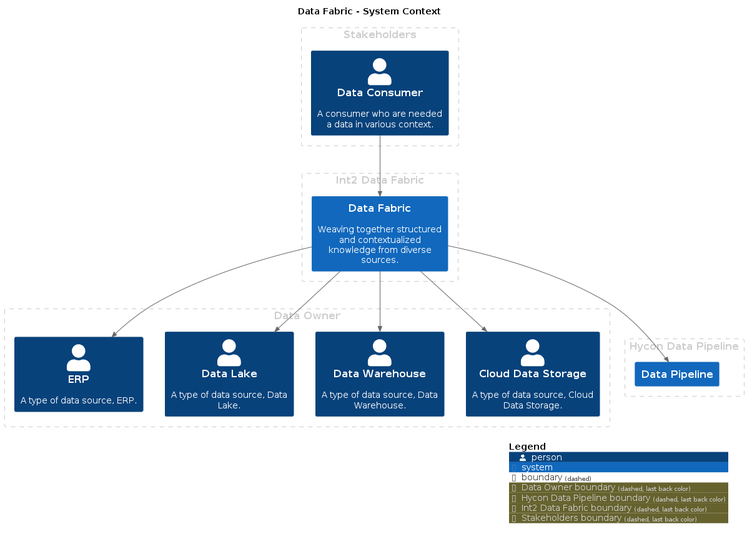
Earlier version of the PlantUML export master/png/SystemContext.png (IntellectusCorp/data-fabric-docs).
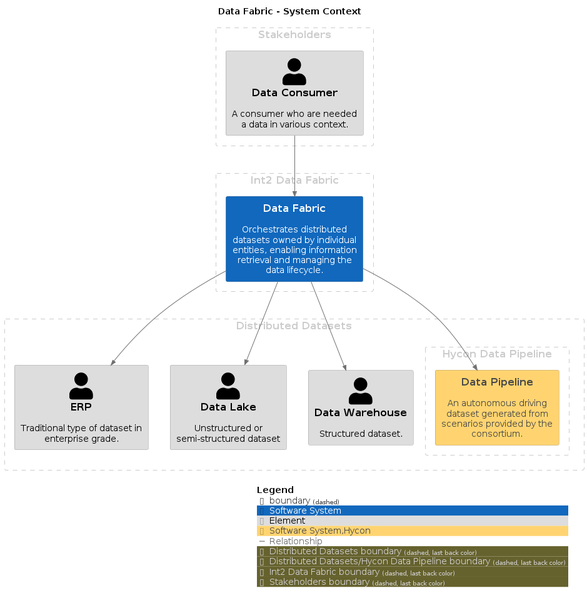
The same diagram one commit later.

Diff of the diagram source:
```diff
@@ -7,36 +7,40 @@
 !include <C4/C4>
 !include <C4/C4_Context>
 
-AddBoundaryTag("Data Owner", $borderColor="#cccccc", $fontColor="#cccccc")
-Boundary(group_1, "Data Owner", $tags="Data Owner") {
-  Person(ERP, "ERP", $descr="A type of data source, ERP.", $tags="", $link="")
-  Person(DataLake, "Data Lake", $descr="A type of data source, Data Lake.", $tags="", $link="")
-  Person(DataWarehouse, "Data Warehouse", $descr="A type of data source, Data Warehouse.", $tags="", $link="")
-  Person(CloudDataStorage, "Cloud Data Storage", $descr="A type of data source, Cloud Data Storage.", $tags="", $link="")
-}
+AddElementTag("Software System", $bgColor="#1168bd", $borderColor="#0b4884", $fontColor="#ffffff", $sprite="", $shadowing="")
+AddElementTag("Element", $bgColor="#dddddd", $borderColor="#9a9a9a", $fontColor="#000000", $sprite="", $shadowing="")
+AddElementTag("Software System,Hycon", $bgColor="#ffd470", $borderColor="#b2944e", $fontColor="#4a4a4a", $sprite="", $shadowing="")
 
-AddBoundaryTag("Hycon Data Pipeline", $borderColor="#cccccc", $fontColor="#cccccc")
-Boundary(group_2, "Hycon Data Pipeline", $tags="Hycon Data Pipeline") {
-  System(DataPipeline, "Data Pipeline", $descr="", $tags="", $link="")
+AddRelTag("Relationship", $textColor="#707070", $lineColor="#707070", $lineStyle = "")
+
+AddBoundaryTag("Distributed Datasets", $borderColor="#cccccc", $fontColor="#cccccc")
+Boundary(group_1, "Distributed Datasets", $tags="Distributed Datasets") {
+  Person(ERP, "ERP", $descr="Traditional type of dataset in enterprise grade.", $tags="Element", $link="")
+  Person(DataLake, "Data Lake", $descr="Unstructured or semi-structured dataset", $tags="Element", $link="")
+  Person(DataWarehouse, "Data Warehouse", $descr="Structured dataset.", $tags="Element", $link="")
+    AddBoundaryTag("Distributed Datasets/Hycon Data Pipeline", $borderColor="#cccccc", $fontColor="#cccccc")
+    Boundary(group_2, "Hycon Data Pipeline", $tags="Distributed Datasets/Hycon Data Pipeline") {
+      System(DataPipeline, "Data Pipeline", $descr="An autonomous driving dataset generated from scenarios provided by the consortium.", $tags="Software System,Hycon", $link="")
+    }
+
 }
 
 AddBoundaryTag("Int2 Data Fabric", $borderColor="#cccccc", $fontColor="#cccccc")
 Boundary(group_3, "Int2 Data Fabric", $tags="Int2 Data Fabric") {
-  System(DataFabric, "Data Fabric", $descr="Weaving together structured and contextualized knowledge from diverse sources.", $tags="", $link="")
+  System(DataFabric, "Data Fabric", $descr="Orchestrates distributed datasets owned by individual entities, enabling information retrieval and managing the data lifecycle.", $tags="Software System", $link="")
 }
 
 AddBoundaryTag("Stakeholders", $borderColor="#cccccc", $fontColor="#cccccc")
 Boundary(group_4, "Stakeholders", $tags="Stakeholders") {
-  Person(DataConsumer, "Data Consumer", $descr="A consumer who are needed a data in various context.", $tags="", $link="")
+  Person(DataConsumer, "Data Consumer", $descr="A consumer who are needed a data in various context.", $tags="Element", $link="")
 }
 
 
-Rel_D(DataFabric, DataPipeline, "", $techn="", $tags="", $link="")
-Rel_D(DataConsumer, DataFabric, "", $techn="", $tags="", $link="")
-Rel_D(DataFabric, ERP, "", $techn="", $tags="", $link="")
-Rel_D(DataFabric, DataLake, "", $techn="", $tags="", $link="")
-Rel_D(DataFabric, DataWarehouse, "", $techn="", $tags="", $link="")
-Rel_D(DataFabric, CloudDataStorage, "", $techn="", $tags="", $link="")
+Rel_D(DataFabric, DataPipeline, "", $techn="", $tags="Relationship", $link="")
+Rel_D(DataConsumer, DataFabric, "", $techn="", $tags="Relationship", $link="")
+Rel_D(DataFabric, ERP, "", $techn="", $tags="Relationship", $link="")
+Rel_D(DataFabric, DataLake, "", $techn="", $tags="Relationship", $link="")
+Rel_D(DataFabric, DataWarehouse, "", $techn="", $tags="Relationship", $link="")
 
 SHOW_LEGEND(true)
 @enduml
```
